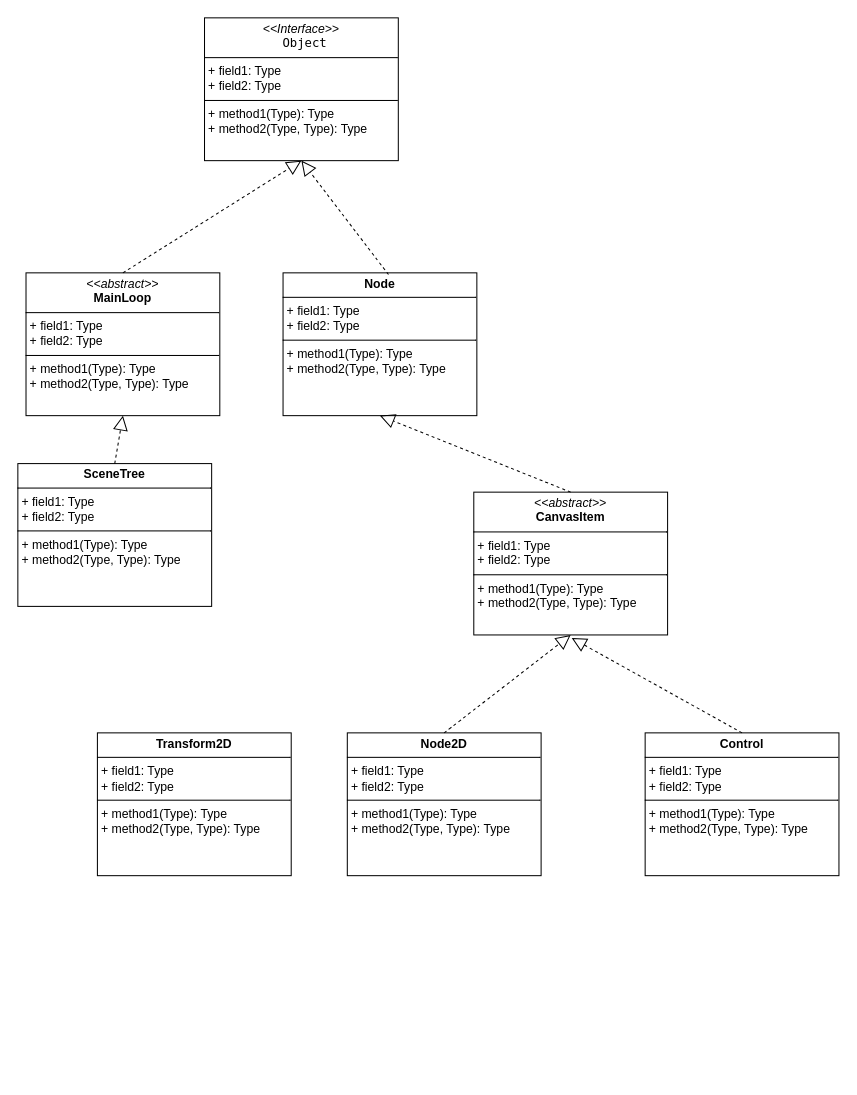
The draw.io diagram gotdot.drawio in GitHub7796/godotLearn, before the edit. Source tidied: cells renumbered, new cells numbered last; positions are measured from the earlier drawing's top-left corner, leaving out a move shared by most shapes. Both pictures are drawn from the tidied source at 102%, with x=0, y=0 at pixel (17, 17).
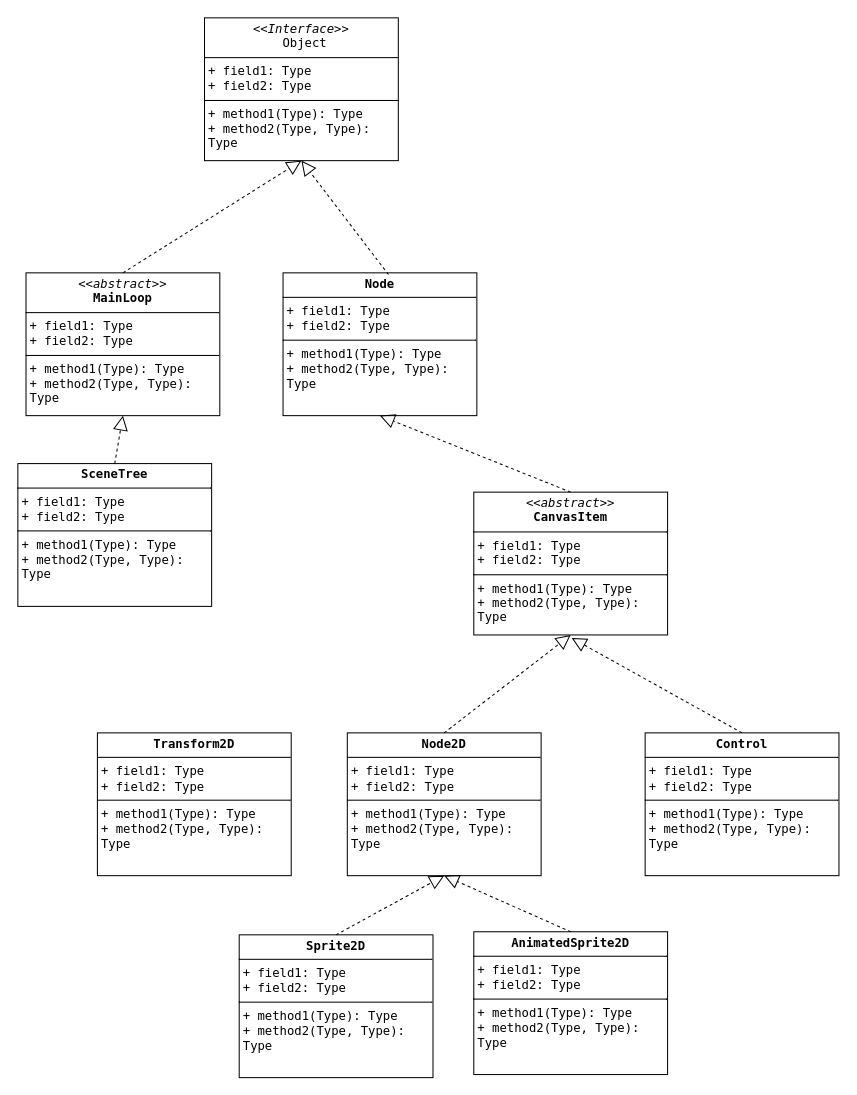
The same page after the edit.

Diff of the diagram source:
```diff
@@
-    <mxCell id="2" value="&lt;p style=&quot;margin:0px;margin-top:4px;text-align:center;&quot;&gt;&lt;i&gt;&amp;lt;&amp;lt;abstract&amp;gt;&amp;gt;&lt;/i&gt;&lt;br&gt;&lt;b&gt;MainLoop&lt;/b&gt;&lt;br&gt;&lt;/p&gt;&lt;hr size=&quot;1&quot; style=&quot;border-style:solid;&quot;&gt;&lt;p style=&quot;margin:0px;margin-left:4px;&quot;&gt;+ field1: Type&lt;br&gt;+ field2: Type&lt;/p&gt;&lt;hr size=&quot;1&quot; style=&quot;border-style:solid;&quot;&gt;&lt;p style=&quot;margin:0px;margin-left:4px;&quot;&gt;+ method1(Type): Type&lt;br&gt;+ method2(Type, Type): Type&lt;/p&gt;" style="verticalAlign=top;align=left;overflow=fill;html=1;whiteSpace=wrap;" parent="1" vertex="1">
+    <mxCell id="2" value="&lt;p style=&quot;margin:0px;margin-top:4px;text-align:center;&quot;&gt;&lt;i&gt;&amp;lt;&amp;lt;abstract&amp;gt;&amp;gt;&lt;/i&gt;&lt;br&gt;&lt;b&gt;MainLoop&lt;/b&gt;&lt;br&gt;&lt;/p&gt;&lt;hr style=&quot;border-style:solid;&quot; size=&quot;1&quot;&gt;&lt;p style=&quot;margin:0px;margin-left:4px;&quot;&gt;+ field1: Type&lt;br&gt;+ field2: Type&lt;/p&gt;&lt;hr style=&quot;border-style:solid;&quot; size=&quot;1&quot;&gt;&lt;p style=&quot;margin:0px;margin-left:4px;&quot;&gt;+ method1(Type): Type&lt;br&gt;+ method2(Type, Type): Type&lt;/p&gt;" style="verticalAlign=top;align=left;overflow=fill;html=1;whiteSpace=wrap;fontFamily=Lucida Console;" parent="1" vertex="1">
       <mxGeometry x="8" y="250" width="190" height="140" as="geometry" />
     </mxCell>
-    <mxCell id="3" value="&lt;p style=&quot;margin:0px;margin-top:4px;text-align:center;&quot;&gt;&lt;i&gt;&amp;lt;&amp;lt;Interface&amp;gt;&amp;gt;&lt;/i&gt;&lt;br&gt;&lt;span style=&quot;font-family: &amp;quot;Lucida Console&amp;quot;;&quot;&gt;&amp;nbsp;Object&lt;/span&gt;&lt;br&gt;&lt;/p&gt;&lt;hr size=&quot;1&quot; style=&quot;border-style:solid;&quot;&gt;&lt;p style=&quot;margin:0px;margin-left:4px;&quot;&gt;+ field1: Type&lt;br&gt;+ field2: Type&lt;/p&gt;&lt;hr size=&quot;1&quot; style=&quot;border-style:solid;&quot;&gt;&lt;p style=&quot;margin:0px;margin-left:4px;&quot;&gt;+ method1(Type): Type&lt;br&gt;+ method2(Type, Type): Type&lt;/p&gt;" style="verticalAlign=top;align=left;overflow=fill;html=1;whiteSpace=wrap;" parent="1" vertex="1">
+    <mxCell id="3" value="&lt;p style=&quot;margin:0px;margin-top:4px;text-align:center;&quot;&gt;&lt;i&gt;&amp;lt;&amp;lt;Interface&amp;gt;&amp;gt;&lt;/i&gt;&lt;br&gt;&lt;span style=&quot;&quot;&gt;&amp;nbsp;Object&lt;/span&gt;&lt;br&gt;&lt;/p&gt;&lt;hr style=&quot;border-style:solid;&quot; size=&quot;1&quot;&gt;&lt;p style=&quot;margin:0px;margin-left:4px;&quot;&gt;+ field1: Type&lt;br&gt;+ field2: Type&lt;/p&gt;&lt;hr style=&quot;border-style:solid;&quot; size=&quot;1&quot;&gt;&lt;p style=&quot;margin:0px;margin-left:4px;&quot;&gt;+ method1(Type): Type&lt;br&gt;+ method2(Type, Type): Type&lt;/p&gt;" style="verticalAlign=top;align=left;overflow=fill;html=1;whiteSpace=wrap;fontFamily=Lucida Console;" parent="1" vertex="1">
       <mxGeometry x="183" width="190" height="140" as="geometry" />
     </mxCell>
-    <mxCell id="4" value="&lt;p style=&quot;margin:0px;margin-top:4px;text-align:center;&quot;&gt;&lt;b&gt;SceneTree&lt;/b&gt;&lt;br&gt;&lt;/p&gt;&lt;hr size=&quot;1&quot; style=&quot;border-style:solid;&quot;&gt;&lt;p style=&quot;margin:0px;margin-left:4px;&quot;&gt;+ field1: Type&lt;br&gt;+ field2: Type&lt;/p&gt;&lt;hr size=&quot;1&quot; style=&quot;border-style:solid;&quot;&gt;&lt;p style=&quot;margin:0px;margin-left:4px;&quot;&gt;+ method1(Type): Type&lt;br&gt;+ method2(Type, Type): Type&lt;/p&gt;" style="verticalAlign=top;align=left;overflow=fill;html=1;whiteSpace=wrap;" parent="1" vertex="1">
+    <mxCell id="4" value="&lt;p style=&quot;margin:0px;margin-top:4px;text-align:center;&quot;&gt;&lt;b&gt;SceneTree&lt;/b&gt;&lt;br&gt;&lt;/p&gt;&lt;hr style=&quot;border-style:solid;&quot; size=&quot;1&quot;&gt;&lt;p style=&quot;margin:0px;margin-left:4px;&quot;&gt;+ field1: Type&lt;br&gt;+ field2: Type&lt;/p&gt;&lt;hr style=&quot;border-style:solid;&quot; size=&quot;1&quot;&gt;&lt;p style=&quot;margin:0px;margin-left:4px;&quot;&gt;+ method1(Type): Type&lt;br&gt;+ method2(Type, Type): Type&lt;/p&gt;" style="verticalAlign=top;align=left;overflow=fill;html=1;whiteSpace=wrap;fontFamily=Lucida Console;" parent="1" vertex="1">
       <mxGeometry y="437" width="190" height="140" as="geometry" />
     </mxCell>
-    <mxCell id="5" style="endArrow=block;dashed=1;endFill=0;endSize=12;html=1;rounded=0;fontSize=12;curved=1;exitX=0.5;exitY=0;exitDx=0;exitDy=0;entryX=0.5;entryY=1;entryDx=0;entryDy=0;" parent="1" edge="1" source="4" target="2">
+    <mxCell id="5" style="endArrow=block;dashed=1;endFill=0;endSize=12;html=1;rounded=0;fontSize=12;curved=1;exitX=0.5;exitY=0;exitDx=0;exitDy=0;entryX=0.5;entryY=1;entryDx=0;entryDy=0;fontFamily=Lucida Console;" parent="1" edge="1" source="4" target="2">
       <mxGeometry relative="1" as="geometry" />
     </mxCell>
-    <mxCell id="6" value="&lt;p style=&quot;margin:0px;margin-top:4px;text-align:center;&quot;&gt;&lt;b&gt;Node&lt;/b&gt;&lt;br&gt;&lt;/p&gt;&lt;hr size=&quot;1&quot; style=&quot;border-style:solid;&quot;&gt;&lt;p style=&quot;margin:0px;margin-left:4px;&quot;&gt;+ field1: Type&lt;br&gt;+ field2: Type&lt;/p&gt;&lt;hr size=&quot;1&quot; style=&quot;border-style:solid;&quot;&gt;&lt;p style=&quot;margin:0px;margin-left:4px;&quot;&gt;+ method1(Type): Type&lt;br&gt;+ method2(Type, Type): Type&lt;/p&gt;" style="verticalAlign=top;align=left;overflow=fill;html=1;whiteSpace=wrap;" parent="1" vertex="1">
+    <mxCell id="6" value="&lt;p style=&quot;margin:0px;margin-top:4px;text-align:center;&quot;&gt;&lt;b&gt;Node&lt;/b&gt;&lt;br&gt;&lt;/p&gt;&lt;hr style=&quot;border-style:solid;&quot; size=&quot;1&quot;&gt;&lt;p style=&quot;margin:0px;margin-left:4px;&quot;&gt;+ field1: Type&lt;br&gt;+ field2: Type&lt;/p&gt;&lt;hr style=&quot;border-style:solid;&quot; size=&quot;1&quot;&gt;&lt;p style=&quot;margin:0px;margin-left:4px;&quot;&gt;+ method1(Type): Type&lt;br&gt;+ method2(Type, Type): Type&lt;/p&gt;" style="verticalAlign=top;align=left;overflow=fill;html=1;whiteSpace=wrap;fontFamily=Lucida Console;" parent="1" vertex="1">
       <mxGeometry x="260" y="250" width="190" height="140" as="geometry" />
     </mxCell>
-    <mxCell id="7" style="endArrow=block;dashed=1;endFill=0;endSize=12;html=1;rounded=0;fontSize=12;curved=1;exitX=0.5;exitY=0;exitDx=0;exitDy=0;entryX=0.5;entryY=1;entryDx=0;entryDy=0;" parent="1" edge="1" source="2" target="3">
+    <mxCell id="7" style="endArrow=block;dashed=1;endFill=0;endSize=12;html=1;rounded=0;fontSize=12;curved=1;exitX=0.5;exitY=0;exitDx=0;exitDy=0;entryX=0.5;entryY=1;entryDx=0;entryDy=0;fontFamily=Lucida Console;" parent="1" edge="1" source="2" target="3">
       <mxGeometry relative="1" as="geometry" />
     </mxCell>
-    <mxCell id="8" style="endArrow=block;dashed=1;endFill=0;endSize=12;html=1;rounded=0;fontSize=12;curved=1;exitX=0.544;exitY=0.012;exitDx=0;exitDy=0;entryX=0.5;entryY=1;entryDx=0;entryDy=0;exitPerimeter=0;" parent="1" edge="1" source="6" target="3">
+    <mxCell id="8" style="endArrow=block;dashed=1;endFill=0;endSize=12;html=1;rounded=0;fontSize=12;curved=1;exitX=0.544;exitY=0.012;exitDx=0;exitDy=0;entryX=0.5;entryY=1;entryDx=0;entryDy=0;exitPerimeter=0;fontFamily=Lucida Console;" parent="1" edge="1" source="6" target="3">
       <mxGeometry relative="1" as="geometry" />
     </mxCell>
-    <mxCell id="9" value="&lt;p style=&quot;margin:0px;margin-top:4px;text-align:center;&quot;&gt;&lt;i&gt;&amp;lt;&amp;lt;abstract&amp;gt;&amp;gt;&lt;/i&gt;&lt;br&gt;&lt;b&gt;CanvasItem&lt;/b&gt;&lt;br&gt;&lt;/p&gt;&lt;hr size=&quot;1&quot; style=&quot;border-style:solid;&quot;&gt;&lt;p style=&quot;margin:0px;margin-left:4px;&quot;&gt;+ field1: Type&lt;br&gt;+ field2: Type&lt;/p&gt;&lt;hr size=&quot;1&quot; style=&quot;border-style:solid;&quot;&gt;&lt;p style=&quot;margin:0px;margin-left:4px;&quot;&gt;+ method1(Type): Type&lt;br&gt;+ method2(Type, Type): Type&lt;/p&gt;" style="verticalAlign=top;align=left;overflow=fill;html=1;whiteSpace=wrap;" parent="1" vertex="1">
+    <mxCell id="9" value="&lt;p style=&quot;margin:0px;margin-top:4px;text-align:center;&quot;&gt;&lt;i&gt;&amp;lt;&amp;lt;abstract&amp;gt;&amp;gt;&lt;/i&gt;&lt;br&gt;&lt;b&gt;CanvasItem&lt;/b&gt;&lt;br&gt;&lt;/p&gt;&lt;hr style=&quot;border-style:solid;&quot; size=&quot;1&quot;&gt;&lt;p style=&quot;margin:0px;margin-left:4px;&quot;&gt;+ field1: Type&lt;br&gt;+ field2: Type&lt;/p&gt;&lt;hr style=&quot;border-style:solid;&quot; size=&quot;1&quot;&gt;&lt;p style=&quot;margin:0px;margin-left:4px;&quot;&gt;+ method1(Type): Type&lt;br&gt;+ method2(Type, Type): Type&lt;/p&gt;" style="verticalAlign=top;align=left;overflow=fill;html=1;whiteSpace=wrap;fontFamily=Lucida Console;" parent="1" vertex="1">
       <mxGeometry x="447" y="465" width="190" height="140" as="geometry" />
     </mxCell>
-    <mxCell id="10" value="&lt;p style=&quot;margin:0px;margin-top:4px;text-align:center;&quot;&gt;&lt;b&gt;Node2D&lt;/b&gt;&lt;br&gt;&lt;/p&gt;&lt;hr size=&quot;1&quot; style=&quot;border-style:solid;&quot;&gt;&lt;p style=&quot;margin:0px;margin-left:4px;&quot;&gt;+ field1: Type&lt;br&gt;+ field2: Type&lt;/p&gt;&lt;hr size=&quot;1&quot; style=&quot;border-style:solid;&quot;&gt;&lt;p style=&quot;margin:0px;margin-left:4px;&quot;&gt;+ method1(Type): Type&lt;br&gt;+ method2(Type, Type): Type&lt;/p&gt;" style="verticalAlign=top;align=left;overflow=fill;html=1;whiteSpace=wrap;" parent="1" vertex="1">
+    <mxCell id="10" value="&lt;p style=&quot;margin:0px;margin-top:4px;text-align:center;&quot;&gt;&lt;b&gt;Node2D&lt;/b&gt;&lt;br&gt;&lt;/p&gt;&lt;hr style=&quot;border-style:solid;&quot; size=&quot;1&quot;&gt;&lt;p style=&quot;margin:0px;margin-left:4px;&quot;&gt;+ field1: Type&lt;br&gt;+ field2: Type&lt;/p&gt;&lt;hr style=&quot;border-style:solid;&quot; size=&quot;1&quot;&gt;&lt;p style=&quot;margin:0px;margin-left:4px;&quot;&gt;+ method1(Type): Type&lt;br&gt;+ method2(Type, Type): Type&lt;/p&gt;" style="verticalAlign=top;align=left;overflow=fill;html=1;whiteSpace=wrap;fontFamily=Lucida Console;" parent="1" vertex="1">
       <mxGeometry x="323" y="701" width="190" height="140" as="geometry" />
     </mxCell>
-    <mxCell id="11" value="&lt;p style=&quot;margin:0px;margin-top:4px;text-align:center;&quot;&gt;&lt;b&gt;Control&lt;/b&gt;&lt;br&gt;&lt;/p&gt;&lt;hr size=&quot;1&quot; style=&quot;border-style:solid;&quot;&gt;&lt;p style=&quot;margin:0px;margin-left:4px;&quot;&gt;+ field1: Type&lt;br&gt;+ field2: Type&lt;/p&gt;&lt;hr size=&quot;1&quot; style=&quot;border-style:solid;&quot;&gt;&lt;p style=&quot;margin:0px;margin-left:4px;&quot;&gt;+ method1(Type): Type&lt;br&gt;+ method2(Type, Type): Type&lt;/p&gt;" style="verticalAlign=top;align=left;overflow=fill;html=1;whiteSpace=wrap;" parent="1" vertex="1">
+    <mxCell id="11" value="&lt;p style=&quot;margin:0px;margin-top:4px;text-align:center;&quot;&gt;&lt;b&gt;Control&lt;/b&gt;&lt;br&gt;&lt;/p&gt;&lt;hr style=&quot;border-style:solid;&quot; size=&quot;1&quot;&gt;&lt;p style=&quot;margin:0px;margin-left:4px;&quot;&gt;+ field1: Type&lt;br&gt;+ field2: Type&lt;/p&gt;&lt;hr style=&quot;border-style:solid;&quot; size=&quot;1&quot;&gt;&lt;p style=&quot;margin:0px;margin-left:4px;&quot;&gt;+ method1(Type): Type&lt;br&gt;+ method2(Type, Type): Type&lt;/p&gt;" style="verticalAlign=top;align=left;overflow=fill;html=1;whiteSpace=wrap;fontFamily=Lucida Console;" parent="1" vertex="1">
       <mxGeometry x="615" y="701" width="190" height="140" as="geometry" />
     </mxCell>
-    <mxCell id="12" style="endArrow=block;dashed=1;endFill=0;endSize=12;html=1;rounded=0;fontSize=12;curved=1;exitX=0.5;exitY=0;exitDx=0;exitDy=0;entryX=0.5;entryY=1;entryDx=0;entryDy=0;" parent="1" edge="1" source="10" target="9">
+    <mxCell id="12" style="endArrow=block;dashed=1;endFill=0;endSize=12;html=1;rounded=0;fontSize=12;curved=1;exitX=0.5;exitY=0;exitDx=0;exitDy=0;entryX=0.5;entryY=1;entryDx=0;entryDy=0;fontFamily=Lucida Console;" parent="1" edge="1" source="10" target="9">
       <mxGeometry relative="1" as="geometry" />
     </mxCell>
-    <mxCell id="13" style="endArrow=block;dashed=1;endFill=0;endSize=12;html=1;rounded=0;fontSize=12;curved=1;exitX=0.5;exitY=0;exitDx=0;exitDy=0;" parent="1" edge="1" source="11">
+    <mxCell id="13" style="endArrow=block;dashed=1;endFill=0;endSize=12;html=1;rounded=0;fontSize=12;curved=1;exitX=0.5;exitY=0;exitDx=0;exitDy=0;fontFamily=Lucida Console;" parent="1" edge="1" source="11">
       <mxGeometry relative="1" as="geometry">
         <mxPoint x="543" y="608" as="targetPoint" />
       </mxGeometry>
     </mxCell>
-    <mxCell id="14" style="endArrow=block;dashed=1;endFill=0;endSize=12;html=1;rounded=0;fontSize=12;curved=1;exitX=0.5;exitY=0;exitDx=0;exitDy=0;entryX=0.5;entryY=1;entryDx=0;entryDy=0;" parent="1" edge="1" source="9" target="6">
+    <mxCell id="14" style="endArrow=block;dashed=1;endFill=0;endSize=12;html=1;rounded=0;fontSize=12;curved=1;exitX=0.5;exitY=0;exitDx=0;exitDy=0;entryX=0.5;entryY=1;entryDx=0;entryDy=0;fontFamily=Lucida Console;" parent="1" edge="1" source="9" target="6">
       <mxGeometry relative="1" as="geometry" />
     </mxCell>
-    <mxCell id="15" value="&lt;p style=&quot;margin:0px;margin-top:4px;text-align:center;&quot;&gt;&lt;b&gt;Transform2D&lt;/b&gt;&lt;br&gt;&lt;/p&gt;&lt;hr size=&quot;1&quot; style=&quot;border-style:solid;&quot;&gt;&lt;p style=&quot;margin:0px;margin-left:4px;&quot;&gt;+ field1: Type&lt;br&gt;+ field2: Type&lt;/p&gt;&lt;hr size=&quot;1&quot; style=&quot;border-style:solid;&quot;&gt;&lt;p style=&quot;margin:0px;margin-left:4px;&quot;&gt;+ method1(Type): Type&lt;br&gt;+ method2(Type, Type): Type&lt;/p&gt;" style="verticalAlign=top;align=left;overflow=fill;html=1;whiteSpace=wrap;" parent="1" vertex="1">
+    <mxCell id="15" value="&lt;p style=&quot;margin:0px;margin-top:4px;text-align:center;&quot;&gt;&lt;b&gt;Transform2D&lt;/b&gt;&lt;br&gt;&lt;/p&gt;&lt;hr style=&quot;border-style:solid;&quot; size=&quot;1&quot;&gt;&lt;p style=&quot;margin:0px;margin-left:4px;&quot;&gt;+ field1: Type&lt;br&gt;+ field2: Type&lt;/p&gt;&lt;hr style=&quot;border-style:solid;&quot; size=&quot;1&quot;&gt;&lt;p style=&quot;margin:0px;margin-left:4px;&quot;&gt;+ method1(Type): Type&lt;br&gt;+ method2(Type, Type): Type&lt;/p&gt;" style="verticalAlign=top;align=left;overflow=fill;html=1;whiteSpace=wrap;fontFamily=Lucida Console;" parent="1" vertex="1">
       <mxGeometry x="78" y="701" width="190" height="140" as="geometry" />
     </mxCell>
+    <mxCell id="16" value="&lt;p style=&quot;margin:0px;margin-top:4px;text-align:center;&quot;&gt;&lt;b&gt;Sprite2D&lt;/b&gt;&lt;br&gt;&lt;/p&gt;&lt;hr style=&quot;border-style:solid;&quot; size=&quot;1&quot;&gt;&lt;p style=&quot;margin:0px;margin-left:4px;&quot;&gt;+ field1: Type&lt;br&gt;+ field2: Type&lt;/p&gt;&lt;hr style=&quot;border-style:solid;&quot; size=&quot;1&quot;&gt;&lt;p style=&quot;margin:0px;margin-left:4px;&quot;&gt;+ method1(Type): Type&lt;br&gt;+ method2(Type, Type): Type&lt;/p&gt;" style="verticalAlign=top;align=left;overflow=fill;html=1;whiteSpace=wrap;fontFamily=Lucida Console;" parent="1" vertex="1">
+      <mxGeometry x="217" y="899" width="190" height="140" as="geometry" />
+    </mxCell>
+    <mxCell id="17" style="endArrow=block;dashed=1;endFill=0;endSize=12;html=1;rounded=0;fontSize=12;curved=1;exitX=0.5;exitY=0;exitDx=0;exitDy=0;entryX=0.5;entryY=1;entryDx=0;entryDy=0;fontFamily=Lucida Console;" parent="1" edge="1" source="16" target="10">
+      <mxGeometry relative="1" as="geometry" />
+    </mxCell>
+    <mxCell id="18" value="&lt;p style=&quot;margin:0px;margin-top:4px;text-align:center;&quot;&gt;&lt;b&gt;AnimatedSprite2D&lt;/b&gt;&lt;br&gt;&lt;/p&gt;&lt;hr style=&quot;border-style:solid;&quot; size=&quot;1&quot;&gt;&lt;p style=&quot;margin:0px;margin-left:4px;&quot;&gt;+ field1: Type&lt;br&gt;+ field2: Type&lt;/p&gt;&lt;hr style=&quot;border-style:solid;&quot; size=&quot;1&quot;&gt;&lt;p style=&quot;margin:0px;margin-left:4px;&quot;&gt;+ method1(Type): Type&lt;br&gt;+ method2(Type, Type): Type&lt;/p&gt;" style="verticalAlign=top;align=left;overflow=fill;html=1;whiteSpace=wrap;fontFamily=Lucida Console;" parent="1" vertex="1">
+      <mxGeometry x="447" y="896" width="190" height="140" as="geometry" />
+    </mxCell>
+    <mxCell id="19" style="endArrow=block;dashed=1;endFill=0;endSize=12;html=1;rounded=0;fontSize=12;curved=1;exitX=0.5;exitY=0;exitDx=0;exitDy=0;fontFamily=Lucida Console;entryX=0.5;entryY=1;entryDx=0;entryDy=0;" parent="1" edge="1" source="18" target="10">
+      <mxGeometry relative="1" as="geometry" />
+    </mxCell>
```
